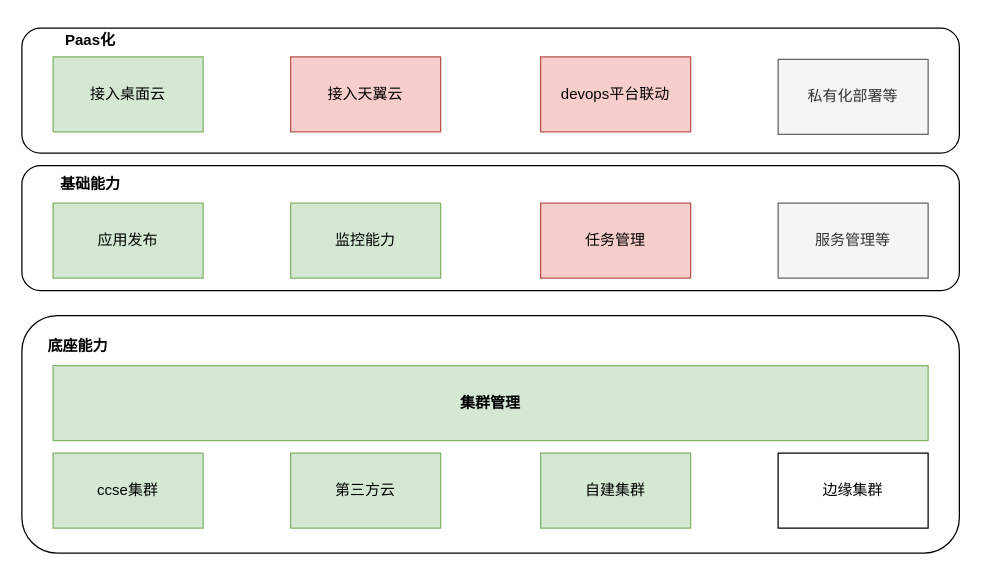
This is page "ccseone后续工作规划" (3 of 12) of drawio/zz.drawio from Tiny-VS-Lina/ccse, a draw.io file, before an edit. Source tidied: cells renumbered, new cells numbered last; positions are measured from the earlier drawing's top-left corner, leaving out a move shared by most shapes. Both pictures are drawn from the tidied source at 125%, with x=0, y=0 at pixel (21, 21).
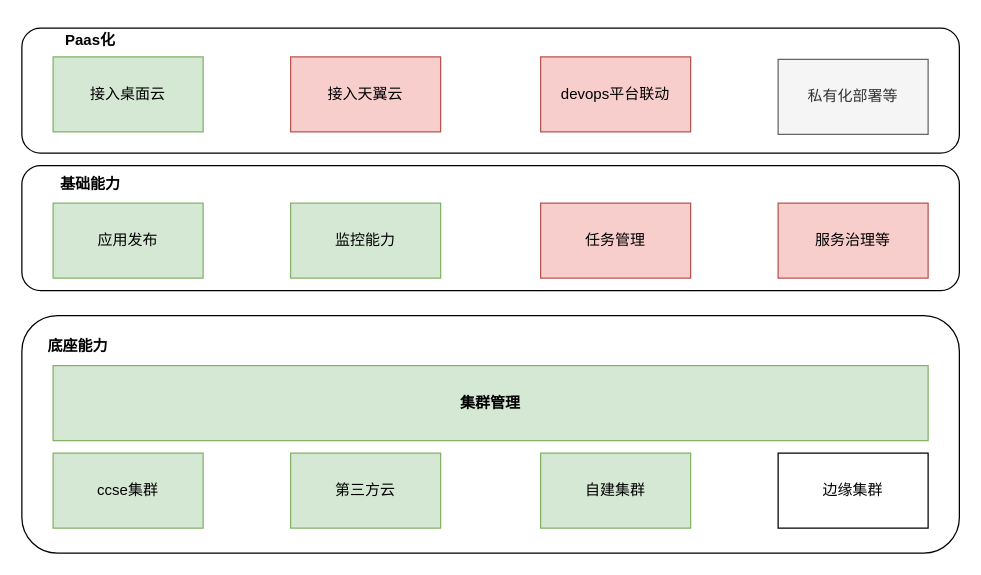
The same diagram, later.

What changed in the source:
```diff
@@
-    <mxCell id="14" value="服务管理等" style="rounded=0;whiteSpace=wrap;html=1;fillColor=#f5f5f5;strokeColor=#666666;fontColor=#333333;" parent="1" vertex="1">
+    <mxCell id="14" value="服务治理等" style="rounded=0;whiteSpace=wrap;html=1;fillColor=#f8cecc;strokeColor=#b85450;" parent="1" vertex="1">
       <mxGeometry x="605" y="145" width="120" height="60" as="geometry" />
     </mxCell>
```
